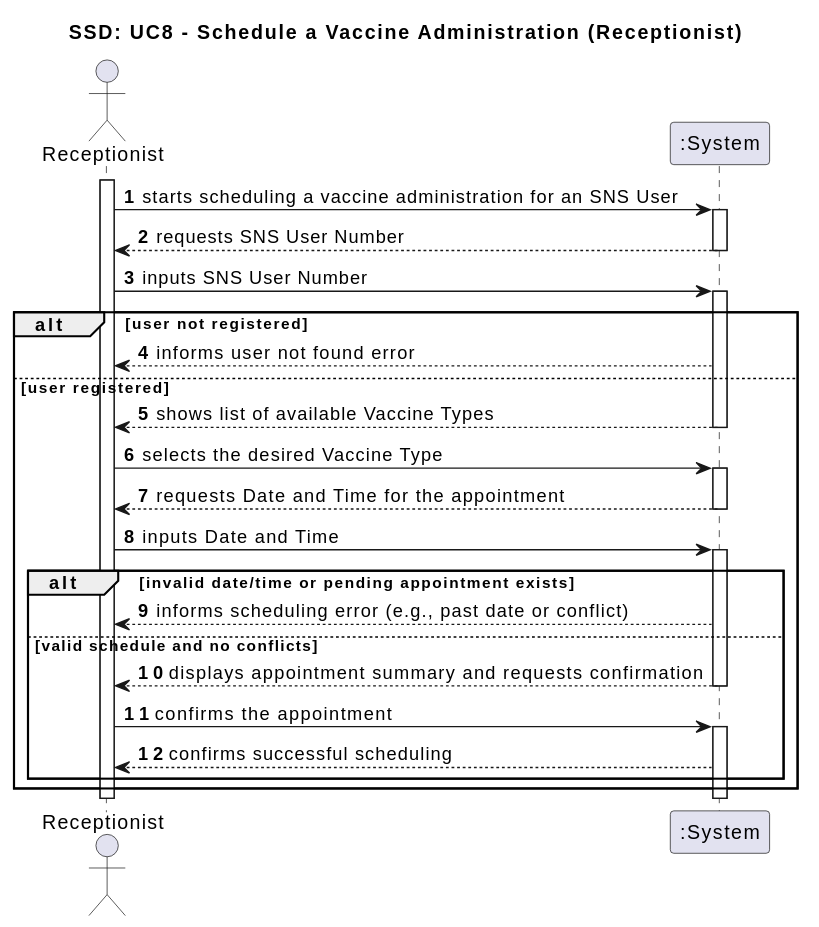
Before: Documentation/Use Cases/UC8/svg/UC8-SSD.svg, a diagram exported from PlantUML (Andre-1240567/fsoft2026_1DD_1). Source of this version:
```plantuml
@startuml
title SSD: UC8 - Schedule a Vaccine Administration (Receptionist)

actor "Receptionist" as Rec
participant ":System" as System

autonumber
activate Rec

Rec -> System: starts scheduling a vaccine administration for an SNS User
activate System
System --> Rec: requests SNS User Number
deactivate System

Rec -> System: inputs SNS User Number
activate System

alt user not registered
    System --> Rec: informs user not found error
else user registered
    System --> Rec: shows list of available Vaccine Types
    deactivate System

    Rec -> System: selects the desired Vaccine Type
    activate System
    System --> Rec: requests Date and Time for the appointment
    deactivate System

    Rec -> System: inputs Date and Time
    activate System

    alt invalid date/time or pending appointment exists
        System --> Rec: informs scheduling error (e.g., past date or conflict)
    else valid schedule and no conflicts
        System --> Rec: displays appointment summary and requests confirmation
        deactivate System

        Rec -> System: confirms the appointment
        activate System
        System --> Rec: confirms successful scheduling
    end
end

deactivate System
deactivate Rec
@enduml
```
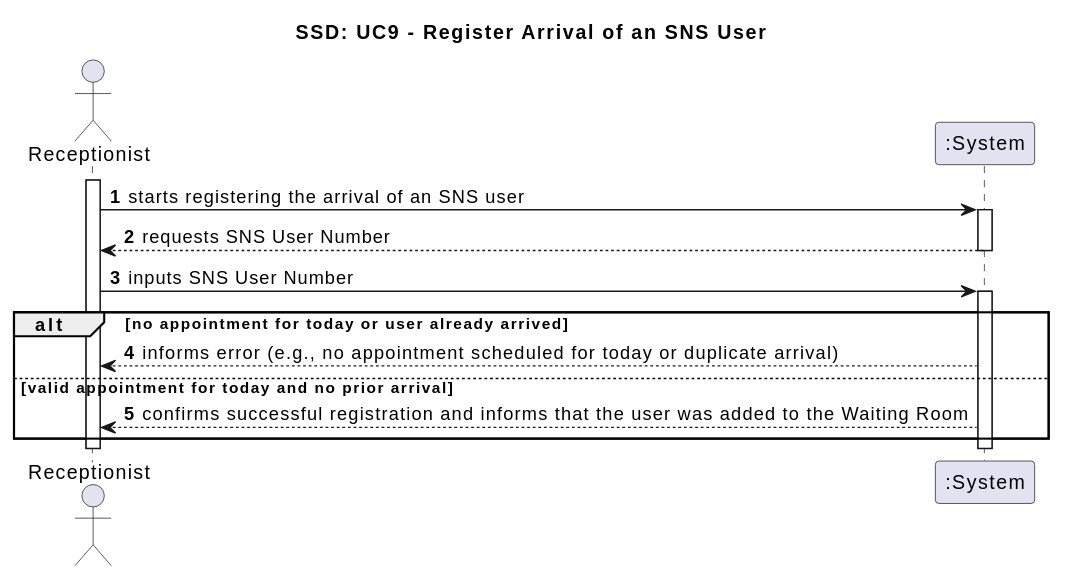
The same file after the commit.

Change to the diagram source:
```diff
@@ -1,5 +1,5 @@
 @startuml
-title SSD: UC8 - Schedule a Vaccine Administration (Receptionist)
+title SSD: UC9 - Register Arrival of an SNS User
 
 actor "Receptionist" as Rec
 participant ":System" as System
@@ -7,7 +7,7 @@
 autonumber
 activate Rec
 
-Rec -> System: starts scheduling a vaccine administration for an SNS User
+Rec -> System: starts registering the arrival of an SNS user
 activate System
 System --> Rec: requests SNS User Number
 deactivate System
@@ -15,30 +15,10 @@
 Rec -> System: inputs SNS User Number
 activate System
 
-alt user not registered
-    System --> Rec: informs user not found error
-else user registered
-    System --> Rec: shows list of available Vaccine Types
-    deactivate System
-
-    Rec -> System: selects the desired Vaccine Type
-    activate System
-    System --> Rec: requests Date and Time for the appointment
-    deactivate System
-
-    Rec -> System: inputs Date and Time
-    activate System
-
-    alt invalid date/time or pending appointment exists
-        System --> Rec: informs scheduling error (e.g., past date or conflict)
-    else valid schedule and no conflicts
-        System --> Rec: displays appointment summary and requests confirmation
-        deactivate System
-
-        Rec -> System: confirms the appointment
-        activate System
-        System --> Rec: confirms successful scheduling
-    end
+alt no appointment for today or user already arrived
+    System --> Rec: informs error (e.g., no appointment scheduled for today or duplicate arrival)
+else valid appointment for today and no prior arrival
+    System --> Rec: confirms successful registration and informs that the user was added to the Waiting Room
 end
 
 deactivate System
```
